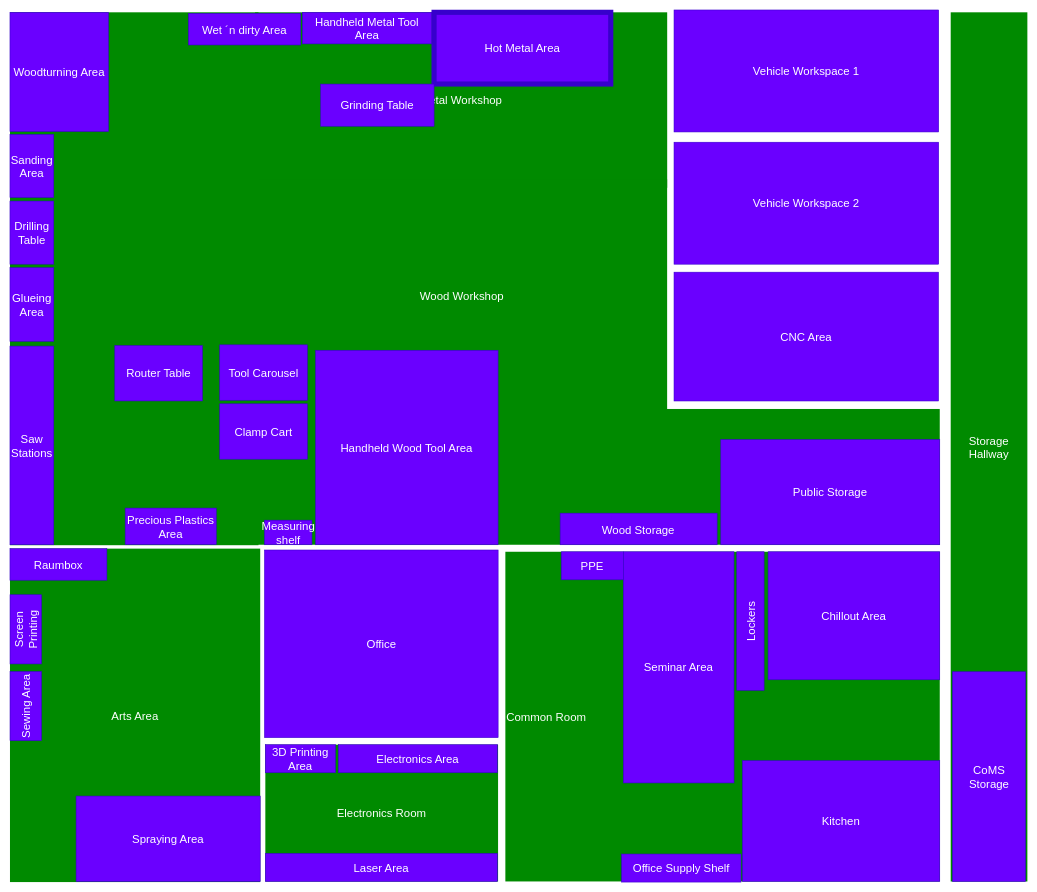
The draw.io diagram CoMS Model/Remodelling - Big Arts Room.drawio in comakingspace/CommonFiles, before the edit. Source tidied: cells renumbered, new cells numbered last; positions are measured from the earlier drawing's top-left corner, leaving out a move shared by most shapes. Both pictures are drawn from the tidied source at 57%, with x=0, y=0 at pixel (-9, 10).
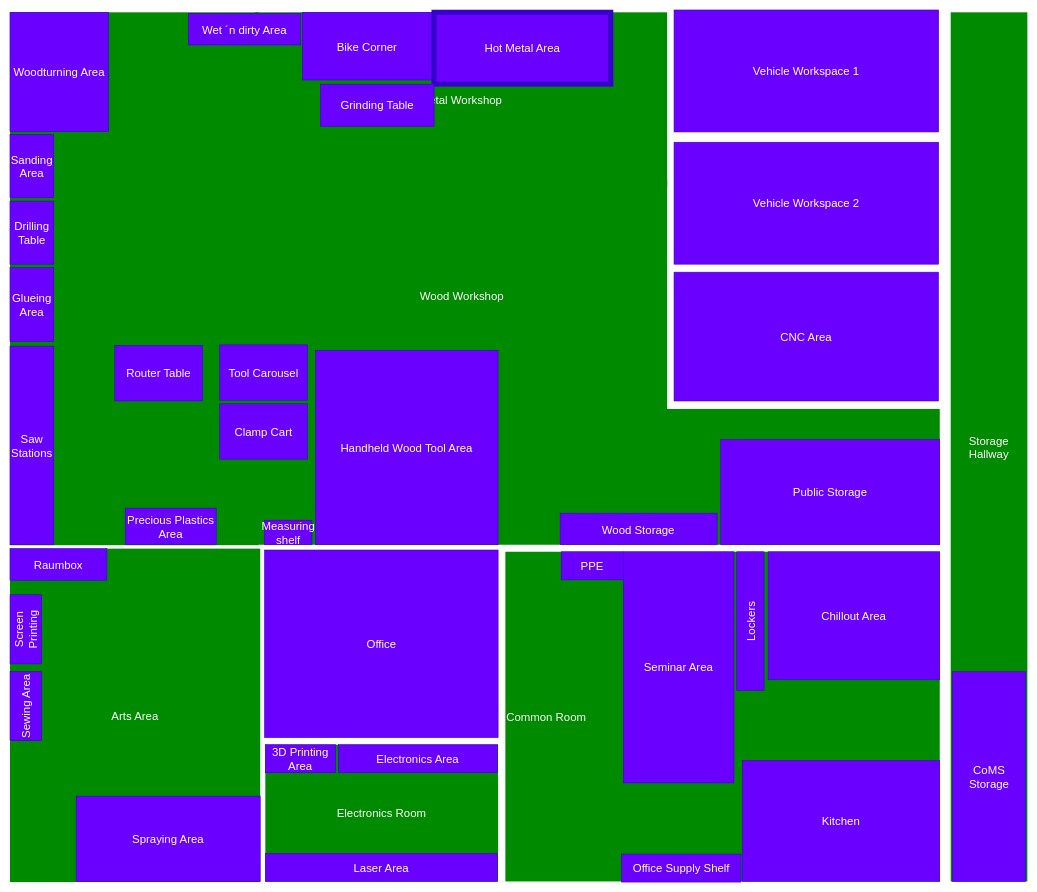
Above is the later version.

Change to the diagram source:
```diff
@@
-    <mxCell id="36" value="Handheld Metal Tool Area" style="rounded=0;whiteSpace=wrap;html=1;fillColor=#6a00ff;strokeColor=#3700CC;fontColor=#ffffff;fontSize=20;" parent="1" vertex="1">
-      <mxGeometry x="546" y="4.1" width="227" height="55.4" as="geometry" />
+    <mxCell id="36" value="Bike Corner" style="rounded=0;whiteSpace=wrap;html=1;fillColor=#6a00ff;strokeColor=#3700CC;fontColor=#ffffff;fontSize=20;" parent="1" vertex="1">
+      <mxGeometry x="546" y="4.1" width="227" height="118.8" as="geometry" />
     </mxCell>
```
